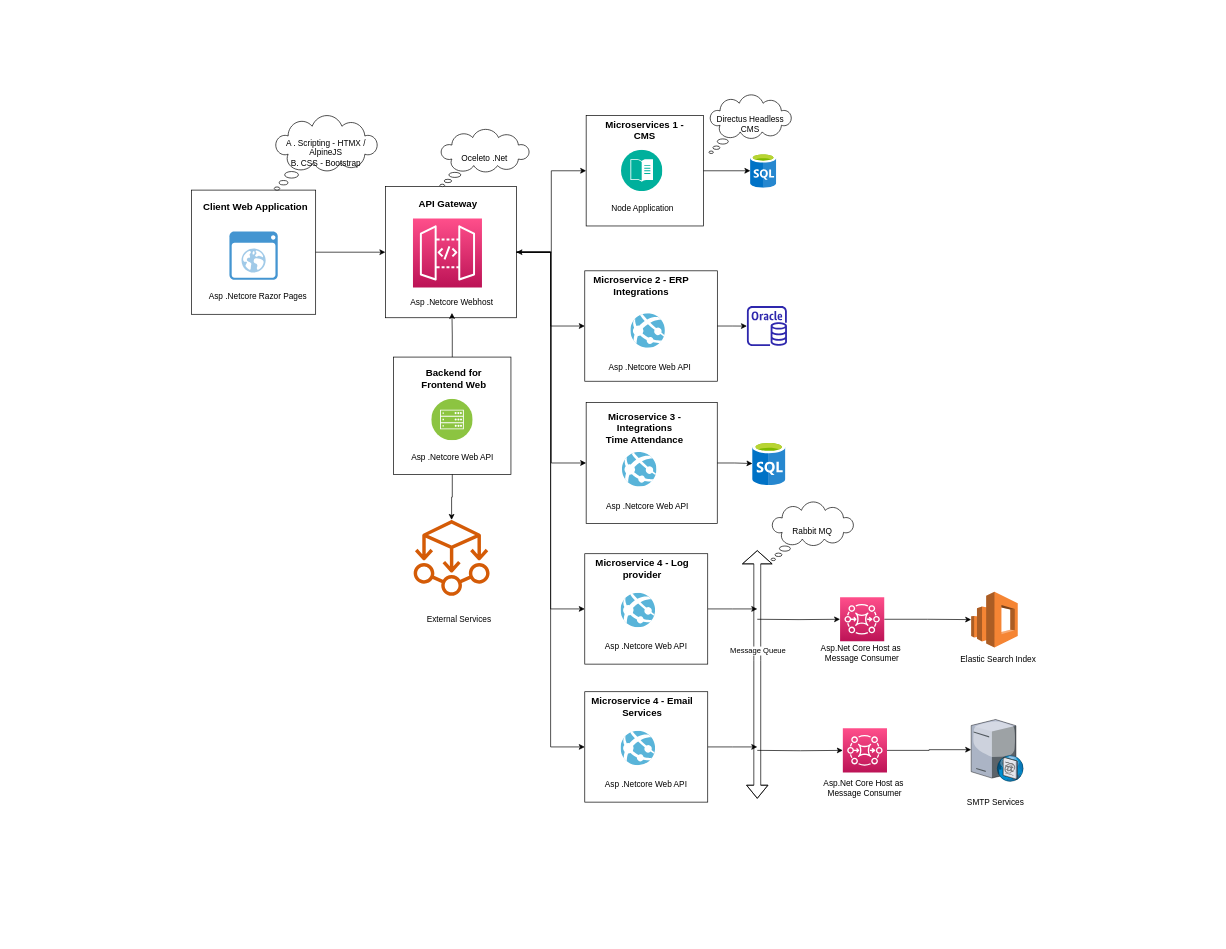
Adityacs001/snippet keeps this draw.io diagram as Core_Architecture.drawio. Above is the earlier version. Source tidied: cells renumbered, new cells numbered last; positions are measured from the earlier drawing's top-left corner, leaving out a move shared by most shapes. Both pictures are drawn from the tidied source at 69%, with x=0, y=0 at pixel (191, 95).
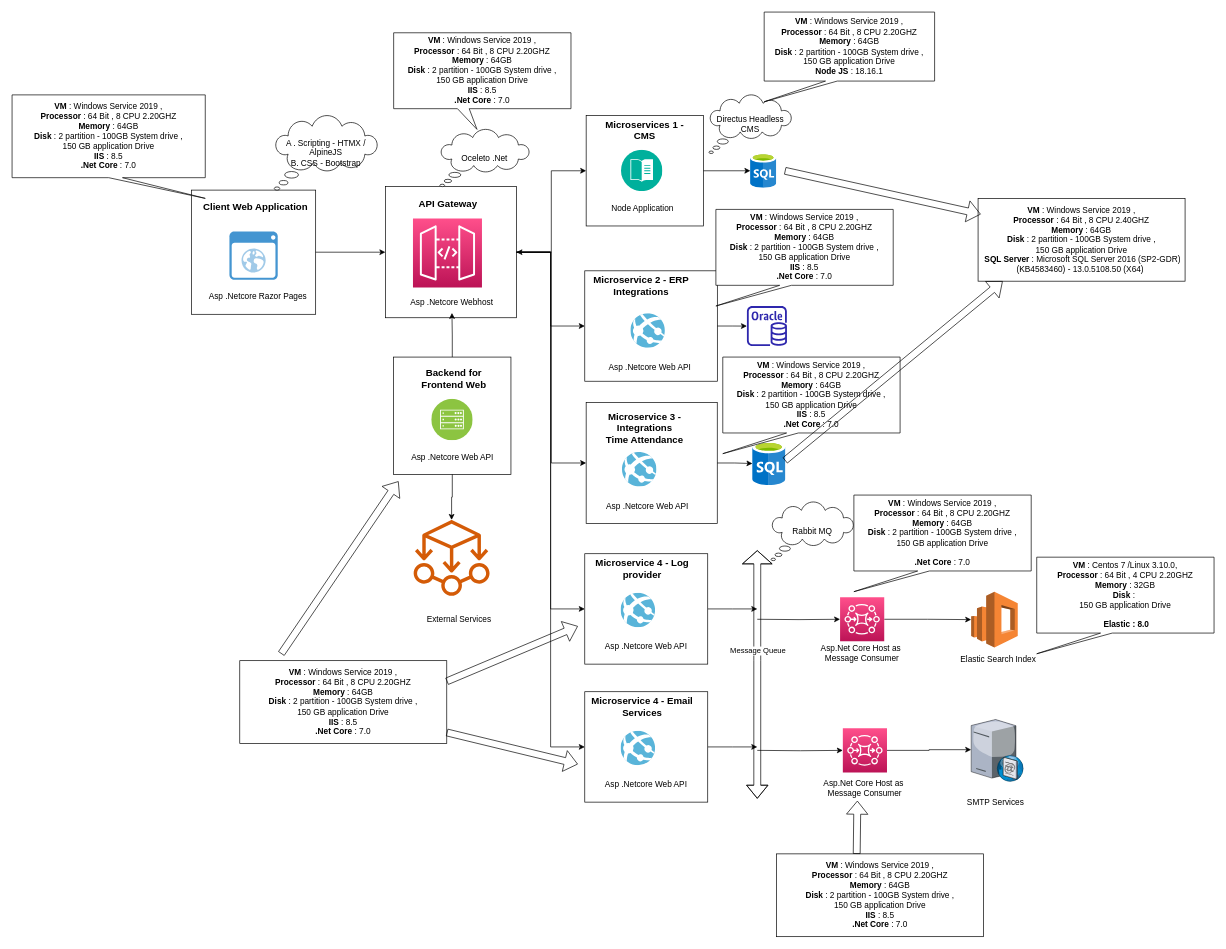
The same diagram, later.

The change refers to these unchanged cells:
```xml
<mxCell id="36" style="image;sketch=0;html=1;points=[];align=center;fontSize=12;image=img/lib/mscae/SQL_Database_generic.svg;" parent="1" vertex="1">
  <mxGeometry x="813" y="502.5" width="48.3" height="63.5" as="geometry" />
</mxCell>
<mxCell id="64" value="Asp.Net Core Host as&amp;nbsp; Message Consumer" style="text;html=1;strokeColor=none;fillColor=none;align=center;verticalAlign=middle;whiteSpace=wrap;rounded=0;" parent="1" vertex="1">
  <mxGeometry x="900" y="990" width="152" height="30" as="geometry" />
</mxCell>
```

What changed in the source:
```diff
@@
+    <mxCell id="79" value="&lt;b&gt;VM &lt;/b&gt;: Windows Service 2019 ,&lt;br&gt;&lt;b&gt;Processor &lt;/b&gt;: 64 Bit , 8 CPU 2.20GHZ&lt;br&gt;&lt;b&gt;Memory &lt;/b&gt;: 64GB&lt;br&gt;&lt;b&gt;Disk &lt;/b&gt;: 2 partition - 100GB System drive , &lt;br&gt;150 GB application Drive&lt;br&gt;&amp;nbsp;&lt;b style=&quot;border-color: var(--border-color);&quot;&gt;IIS&amp;nbsp;&lt;/b&gt;: 8.5&amp;nbsp;&lt;br&gt;&lt;b&gt;.Net Core &lt;/b&gt;: 7.0" style="shape=callout;whiteSpace=wrap;html=1;perimeter=calloutPerimeter;position2=1;" parent="1" vertex="1">
+      <mxGeometry x="-260" width="280" height="150" as="geometry" />
+    </mxCell>
+    <mxCell id="80" value="&lt;b&gt;VM &lt;/b&gt;: Windows Service 2019 ,&lt;br&gt;&lt;b&gt;Processor &lt;/b&gt;: 64 Bit , 8 CPU 2.20GHZ&lt;br&gt;&lt;b&gt;Memory &lt;/b&gt;: 64GB&lt;br&gt;&lt;b&gt;Disk &lt;/b&gt;: 2 partition - 100GB System drive , &lt;br&gt;150 GB application Drive&lt;br&gt;&amp;nbsp;&lt;b&gt;IIS &lt;/b&gt;: 8.5&amp;nbsp;&lt;br&gt;&lt;b style=&quot;border-color: var(--border-color);&quot;&gt;.Net Core&amp;nbsp;&lt;/b&gt;: 7.0" style="shape=callout;whiteSpace=wrap;html=1;perimeter=calloutPerimeter;position2=0.47;base=17;size=30;position=0.36;" parent="1" vertex="1">
+      <mxGeometry x="293" y="-90" width="257" height="140" as="geometry" />
+    </mxCell>
+    <mxCell id="81" value="&lt;b&gt;VM &lt;/b&gt;: Windows Service 2019 ,&lt;br&gt;&lt;b&gt;Processor &lt;/b&gt;: 64 Bit , 8 CPU 2.20GHZ&lt;br&gt;&lt;b&gt;Memory &lt;/b&gt;: 64GB&lt;br&gt;&lt;b&gt;Disk &lt;/b&gt;: 2 partition - 100GB System drive , &lt;br&gt;150 GB application Drive&lt;br&gt;&lt;b&gt;Node JS &lt;/b&gt;: 18.16.1" style="shape=callout;whiteSpace=wrap;html=1;perimeter=calloutPerimeter;position2=0;base=17;size=30;position=0.36;" parent="1" vertex="1">
+      <mxGeometry x="830" y="-120" width="247" height="130" as="geometry" />
+    </mxCell>
+    <mxCell id="82" value="&lt;b&gt;VM &lt;/b&gt;: Windows Service 2019 ,&lt;br&gt;&lt;b&gt;Processor &lt;/b&gt;: 64 Bit , 8 CPU 2.20GHZ&lt;br&gt;&lt;b&gt;Memory &lt;/b&gt;: 64GB&lt;br&gt;&lt;b&gt;Disk &lt;/b&gt;: 2 partition - 100GB System drive , &lt;br&gt;150 GB application Drive&lt;br&gt;&amp;nbsp;&lt;b&gt;IIS &lt;/b&gt;: 8.5&amp;nbsp;&lt;br&gt;&lt;b style=&quot;border-color: var(--border-color);&quot;&gt;.Net Core&amp;nbsp;&lt;/b&gt;: 7.0" style="shape=callout;whiteSpace=wrap;html=1;perimeter=calloutPerimeter;position2=0;base=17;size=30;position=0.36;" parent="1" vertex="1">
+      <mxGeometry x="760" y="166" width="257" height="140" as="geometry" />
+    </mxCell>
+    <mxCell id="83" value="&lt;b&gt;VM &lt;/b&gt;: Windows Service 2019 ,&lt;br&gt;&lt;b&gt;Processor &lt;/b&gt;: 64 Bit , 8 CPU 2.20GHZ&lt;br&gt;&lt;b&gt;Memory &lt;/b&gt;: 64GB&lt;br&gt;&lt;b&gt;Disk &lt;/b&gt;: 2 partition - 100GB System drive , &lt;br&gt;150 GB application Drive&lt;br&gt;&amp;nbsp;&lt;b&gt;IIS &lt;/b&gt;: 8.5&amp;nbsp;&lt;br&gt;&lt;b style=&quot;border-color: var(--border-color);&quot;&gt;.Net Core&amp;nbsp;&lt;/b&gt;: 7.0" style="shape=callout;whiteSpace=wrap;html=1;perimeter=calloutPerimeter;position2=0;base=17;size=30;position=0.36;" parent="1" vertex="1">
+      <mxGeometry x="770" y="380" width="257" height="140" as="geometry" />
+    </mxCell>
+    <mxCell id="84" value="&lt;b style=&quot;border-color: var(--border-color);&quot;&gt;VM&amp;nbsp;&lt;/b&gt;: Windows Service 2019 ,&lt;br style=&quot;border-color: var(--border-color);&quot;&gt;&lt;b style=&quot;border-color: var(--border-color);&quot;&gt;Processor&amp;nbsp;&lt;/b&gt;: 64 Bit , 8 CPU 2.20GHZ&lt;br style=&quot;border-color: var(--border-color);&quot;&gt;&lt;b style=&quot;border-color: var(--border-color);&quot;&gt;Memory&amp;nbsp;&lt;/b&gt;: 64GB&lt;br style=&quot;border-color: var(--border-color);&quot;&gt;&lt;b style=&quot;border-color: var(--border-color);&quot;&gt;Disk&amp;nbsp;&lt;/b&gt;: 2 partition - 100GB System drive ,&lt;br style=&quot;border-color: var(--border-color);&quot;&gt;150 GB application Drive&lt;br style=&quot;border-color: var(--border-color);&quot;&gt;&amp;nbsp;&lt;b style=&quot;border-color: var(--border-color);&quot;&gt;IIS&amp;nbsp;&lt;/b&gt;: 8.5&amp;nbsp;&lt;br style=&quot;border-color: var(--border-color);&quot;&gt;&lt;b style=&quot;border-color: var(--border-color);&quot;&gt;.Net Core&amp;nbsp;&lt;/b&gt;: 7.0" style="rounded=0;whiteSpace=wrap;html=1;" parent="1" vertex="1">
+      <mxGeometry x="70" y="820" width="300" height="120" as="geometry" />
+    </mxCell>
+    <mxCell id="85" style="shape=flexArrow;endArrow=classic;html=1;rounded=0;exitX=1;exitY=0.25;exitDx=0;exitDy=0;" parent="1" edge="1" source="84">
+      <mxGeometry relative="1" as="geometry">
+        <mxPoint x="560" y="770" as="targetPoint" />
+      </mxGeometry>
+    </mxCell>
+    <mxCell id="86" style="shape=flexArrow;endArrow=classic;html=1;rounded=0;" parent="1" edge="1">
+      <mxGeometry relative="1" as="geometry">
+        <mxPoint x="370" y="924" as="sourcePoint" />
+        <mxPoint x="560" y="970" as="targetPoint" />
+      </mxGeometry>
+    </mxCell>
+    <mxCell id="87" value="&lt;b&gt;VM &lt;/b&gt;: Windows Service 2019 ,&lt;br&gt;&lt;b&gt;Processor &lt;/b&gt;: 64 Bit , 8 CPU 2.20GHZ&lt;br&gt;&lt;b&gt;Memory &lt;/b&gt;: 64GB&lt;br&gt;&lt;b&gt;Disk &lt;/b&gt;: 2 partition - 100GB System drive , &lt;br&gt;150 GB application Drive&lt;br&gt;&lt;br&gt;&lt;b style=&quot;border-color: var(--border-color);&quot;&gt;.Net Core&amp;nbsp;&lt;/b&gt;: 7.0" style="shape=callout;whiteSpace=wrap;html=1;perimeter=calloutPerimeter;position2=0;base=17;size=30;position=0.36;" parent="1" vertex="1">
+      <mxGeometry x="960" y="580" width="257" height="140" as="geometry" />
+    </mxCell>
+    <mxCell id="88" value="&lt;b style=&quot;border-color: var(--border-color);&quot;&gt;VM&amp;nbsp;&lt;/b&gt;: Windows Service 2019 ,&lt;br style=&quot;border-color: var(--border-color);&quot;&gt;&lt;b style=&quot;border-color: var(--border-color);&quot;&gt;Processor&amp;nbsp;&lt;/b&gt;: 64 Bit , 8 CPU 2.20GHZ&lt;br style=&quot;border-color: var(--border-color);&quot;&gt;&lt;b style=&quot;border-color: var(--border-color);&quot;&gt;Memory&amp;nbsp;&lt;/b&gt;: 64GB&lt;br style=&quot;border-color: var(--border-color);&quot;&gt;&lt;b style=&quot;border-color: var(--border-color);&quot;&gt;Disk&amp;nbsp;&lt;/b&gt;: 2 partition - 100GB System drive ,&lt;br style=&quot;border-color: var(--border-color);&quot;&gt;150 GB application Drive&lt;br style=&quot;border-color: var(--border-color);&quot;&gt;&amp;nbsp;&lt;b style=&quot;border-color: var(--border-color);&quot;&gt;IIS&amp;nbsp;&lt;/b&gt;: 8.5&amp;nbsp;&lt;br style=&quot;border-color: var(--border-color);&quot;&gt;&lt;b style=&quot;border-color: var(--border-color);&quot;&gt;.Net Core&amp;nbsp;&lt;/b&gt;: 7.0" style="rounded=0;whiteSpace=wrap;html=1;" parent="1" vertex="1">
+      <mxGeometry x="848" y="1100" width="300" height="120" as="geometry" />
+    </mxCell>
+    <mxCell id="89" style="shape=flexArrow;endArrow=classic;html=1;rounded=0;exitX=0.387;exitY=0;exitDx=0;exitDy=0;entryX=0.428;entryY=1.1;entryDx=0;entryDy=0;entryPerimeter=0;exitPerimeter=0;" parent="1" edge="1" source="88" target="64">
+      <mxGeometry relative="1" as="geometry" />
+    </mxCell>
+    <mxCell id="90" value="&lt;b style=&quot;border-color: var(--border-color);&quot;&gt;VM&amp;nbsp;&lt;/b&gt;: Windows Service 2019 ,&lt;br style=&quot;border-color: var(--border-color);&quot;&gt;&lt;b style=&quot;border-color: var(--border-color);&quot;&gt;Processor&amp;nbsp;&lt;/b&gt;: 64 Bit , 8 CPU 2.40GHZ&lt;br style=&quot;border-color: var(--border-color);&quot;&gt;&lt;b style=&quot;border-color: var(--border-color);&quot;&gt;Memory&amp;nbsp;&lt;/b&gt;: 64GB&lt;br style=&quot;border-color: var(--border-color);&quot;&gt;&lt;b style=&quot;border-color: var(--border-color);&quot;&gt;Disk&amp;nbsp;&lt;/b&gt;: 2 partition - 100GB System drive ,&lt;br style=&quot;border-color: var(--border-color);&quot;&gt;150 GB application Drive&lt;br style=&quot;border-color: var(--border-color);&quot;&gt;&amp;nbsp;&lt;b&gt;SQL Server &lt;/b&gt;:&amp;nbsp;Microsoft SQL Server 2016 (SP2-GDR) (KB4583460) - 13.0.5108.50 (X64)&amp;nbsp;" style="rounded=0;whiteSpace=wrap;html=1;" parent="1" vertex="1">
+      <mxGeometry x="1140" y="150" width="300" height="120" as="geometry" />
+    </mxCell>
+    <mxCell id="91" style="shape=flexArrow;endArrow=classic;html=1;rounded=0;entryX=0.013;entryY=0.192;entryDx=0;entryDy=0;entryPerimeter=0;" parent="1" edge="1" target="90">
+      <mxGeometry relative="1" as="geometry">
+        <mxPoint x="860" y="110" as="sourcePoint" />
+      </mxGeometry>
+    </mxCell>
+    <mxCell id="92" style="shape=flexArrow;endArrow=classic;html=1;rounded=0;entryX=0.42;entryY=0.992;entryDx=0;entryDy=0;entryPerimeter=0;exitX=0.974;exitY=0.433;exitDx=0;exitDy=0;exitPerimeter=0;" parent="1" edge="1" source="36">
+      <mxGeometry relative="1" as="geometry">
+        <mxPoint x="1175.7" y="270" as="targetPoint" />
+      </mxGeometry>
+    </mxCell>
+    <mxCell id="93" value="&lt;b&gt;VM &lt;/b&gt;: Centos 7 /Linux 3.10.0,&lt;br&gt;&lt;b&gt;Processor &lt;/b&gt;: 64 Bit , 4 CPU 2.20GHZ&lt;br&gt;&lt;b&gt;Memory &lt;/b&gt;: 32GB&lt;br&gt;&lt;b&gt;Disk &lt;/b&gt;:&amp;nbsp;&lt;br&gt;150 GB application Drive&lt;br&gt;&lt;br&gt;&lt;b&gt;&amp;nbsp;Elastic : 8.0&lt;/b&gt;" style="shape=callout;whiteSpace=wrap;html=1;perimeter=calloutPerimeter;position2=0;base=17;size=30;position=0.36;" parent="1" vertex="1">
+      <mxGeometry x="1225" y="670" width="257" height="140" as="geometry" />
+    </mxCell>
+    <mxCell id="94" style="shape=flexArrow;endArrow=classic;html=1;rounded=0;" parent="1" edge="1">
+      <mxGeometry relative="1" as="geometry">
+        <mxPoint x="130" y="810" as="sourcePoint" />
+        <mxPoint x="300" y="560" as="targetPoint" />
+      </mxGeometry>
+    </mxCell>
```
